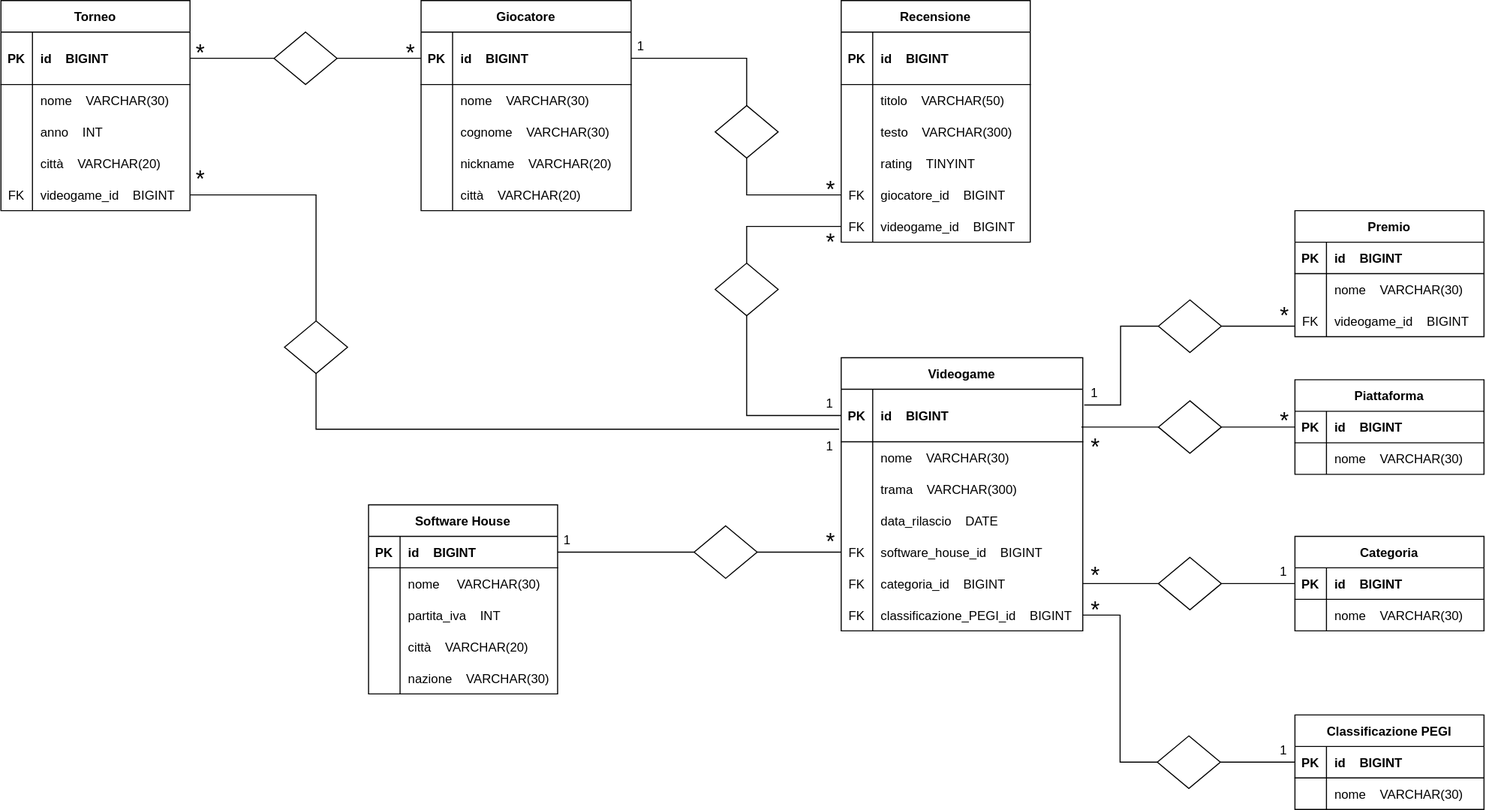
Before: diagramma-db-videogames.svg, a diagram exported from draw.io (cibs84/db-videogames). Source tidied: cells renumbered, new cells last; positions are measured from the earlier drawing's top-left corner, leaving out a move shared by most shapes.
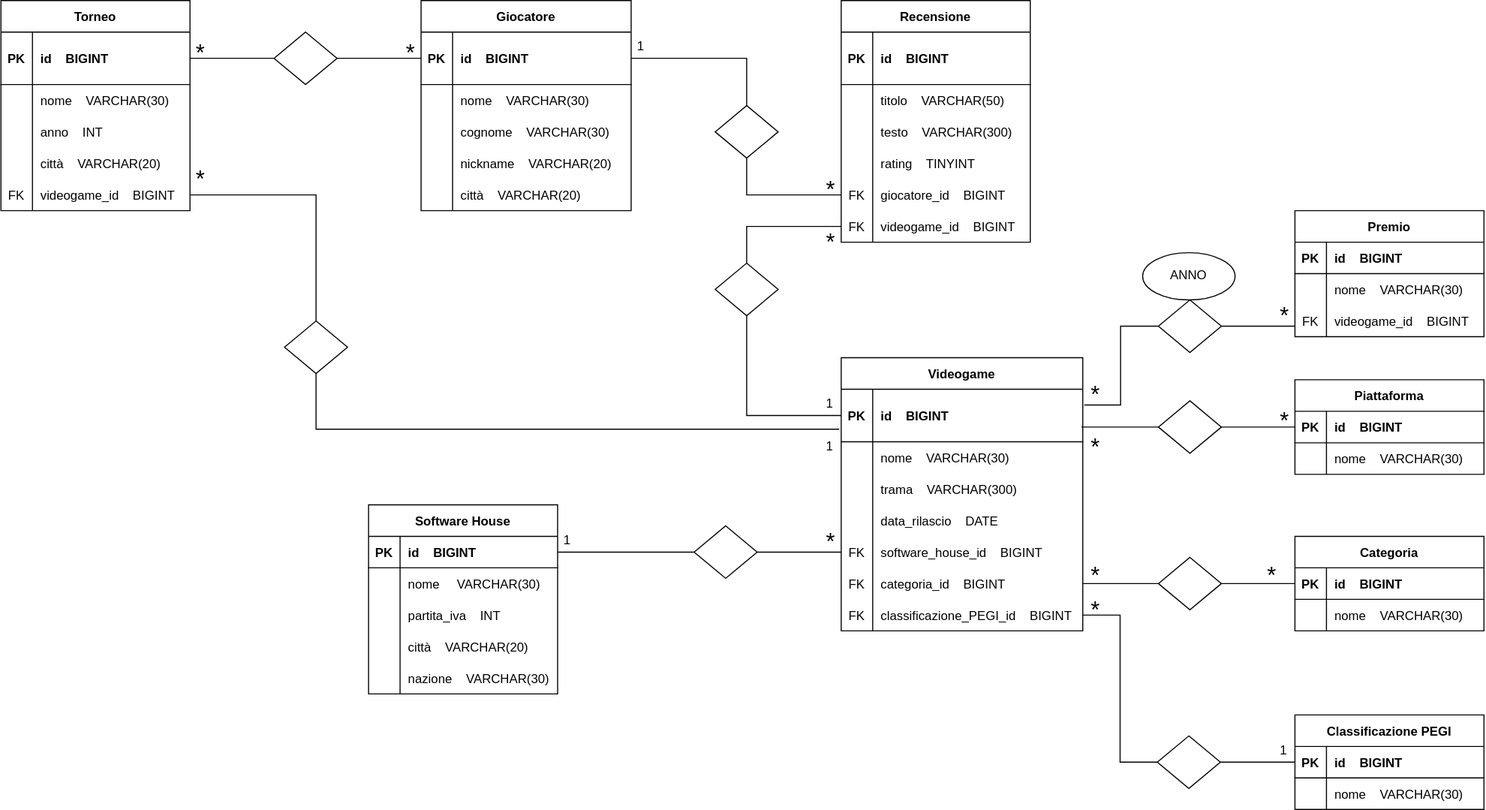
After the commit.

Commit message:
Relazione Premio - Videogame e Categoria - Videogame aggiornate

Diff of the diagram source:
```diff
@@ -221,9 +221,6 @@
     <mxCell id="74" value="*" style="text;strokeColor=none;fillColor=none;spacingLeft=4;spacingRight=4;overflow=hidden;fontSize=22;" parent="1" vertex="1">
       <mxGeometry x="1032" y="527" width="20" height="25" as="geometry" />
     </mxCell>
-    <mxCell id="75" value="1" style="text;strokeColor=none;fillColor=none;spacingLeft=4;spacingRight=4;overflow=hidden;fontSize=12;" parent="1" vertex="1">
-      <mxGeometry x="1212" y="530" width="20" height="20" as="geometry" />
-    </mxCell>
     <mxCell id="76" style="rhombus;whiteSpace=wrap;html=1;fontSize=14;" parent="1" vertex="1">
       <mxGeometry x="1101" y="700" width="60" height="50" as="geometry" />
     </mxCell>
@@ -334,9 +331,6 @@
     <mxCell id="110" value="*" style="text;strokeColor=none;fillColor=none;spacingLeft=4;spacingRight=4;overflow=hidden;fontSize=22;" parent="1" vertex="1">
       <mxGeometry x="1212" y="280" width="20" height="25" as="geometry" />
     </mxCell>
-    <mxCell id="111" value="1" style="text;strokeColor=none;fillColor=none;spacingLeft=4;spacingRight=4;overflow=hidden;fontSize=12;" parent="1" vertex="1">
-      <mxGeometry x="1032" y="360" width="20" height="20" as="geometry" />
-    </mxCell>
     <mxCell id="112" value="Giocatore" style="shape=table;startSize=30;rowLines=0;fontStyle=1;align=center;" parent="1" vertex="1">
       <mxGeometry x="400" width="200" height="200" as="geometry" />
     </mxCell>
@@ -505,5 +499,14 @@
     <mxCell id="167" value="1" style="text;strokeColor=none;fillColor=none;spacingLeft=4;spacingRight=4;overflow=hidden;points=[[0,0.5],[1,0.5]];portConstraint=eastwest;fontSize=12;" parent="1" vertex="1">
       <mxGeometry x="780" y="411" width="20" height="20" as="geometry" />
     </mxCell>
+    <mxCell id="168" value="*" style="text;strokeColor=none;fillColor=none;spacingLeft=4;spacingRight=4;overflow=hidden;fontSize=22;" parent="1" vertex="1">
+      <mxGeometry x="1032" y="355" width="20" height="25" as="geometry" />
+    </mxCell>
+    <mxCell id="169" value="ANNO" style="ellipse;whiteSpace=wrap;html=1;" parent="1" vertex="1">
+      <mxGeometry x="1087" y="240" width="88" height="45" as="geometry" />
+    </mxCell>
+    <mxCell id="170" value="*" style="text;strokeColor=none;fillColor=none;spacingLeft=4;spacingRight=4;overflow=hidden;fontSize=22;" parent="1" vertex="1">
+      <mxGeometry x="1200" y="527" width="20" height="25" as="geometry" />
+    </mxCell>
   </root>
 </mxGraphModel>
```
